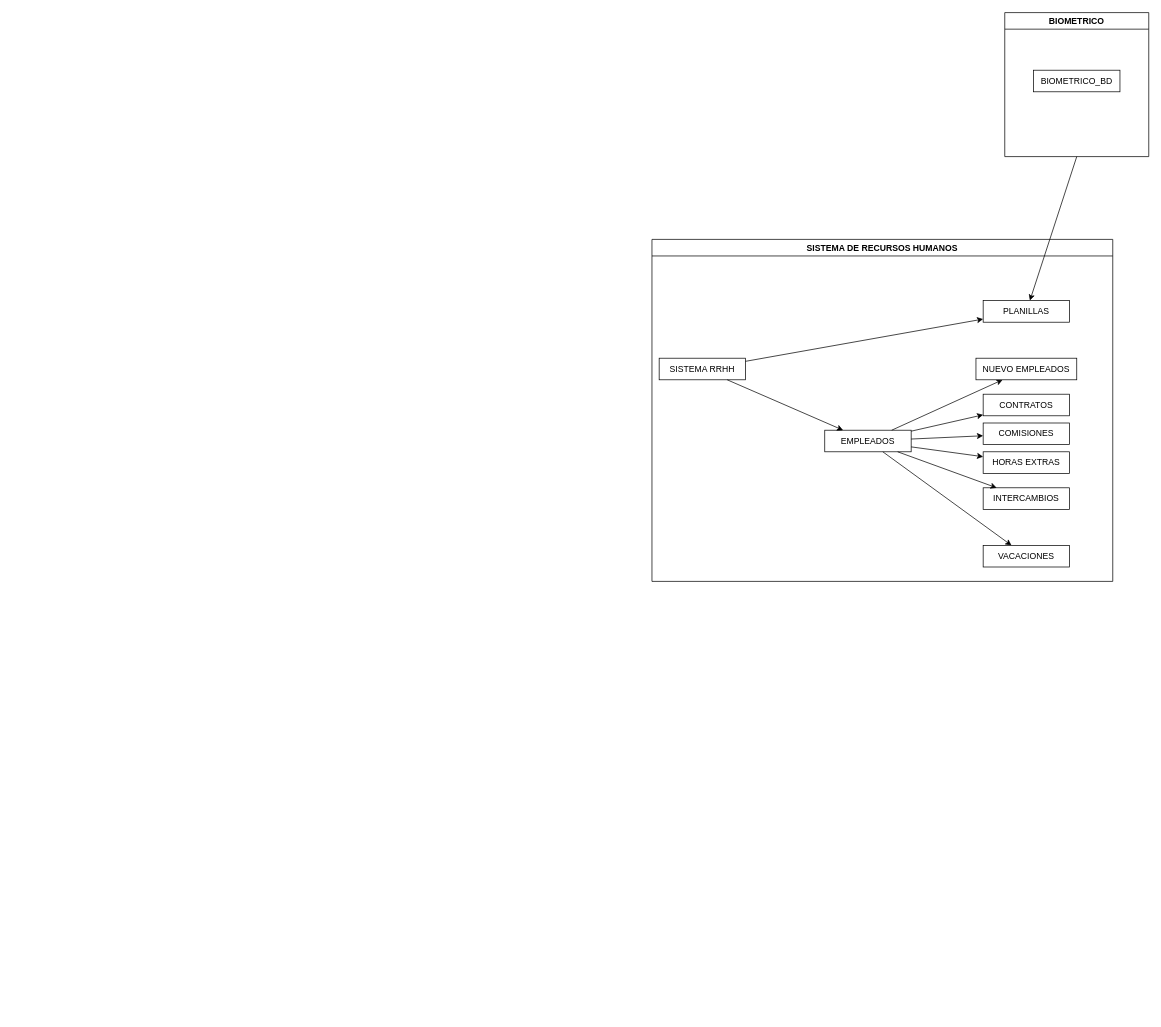
This is page "Página-4" (4 of 4) of Diagrama SRH.drawio from tomyivan/diagramas-DB, a draw.io file, before an edit. Source tidied: cells renumbered, new cells numbered last; positions are measured from the earlier drawing's top-left corner, leaving out a move shared by most shapes. Both pictures are drawn from the tidied source at 72%, with x=0, y=0 at pixel (652, 12).
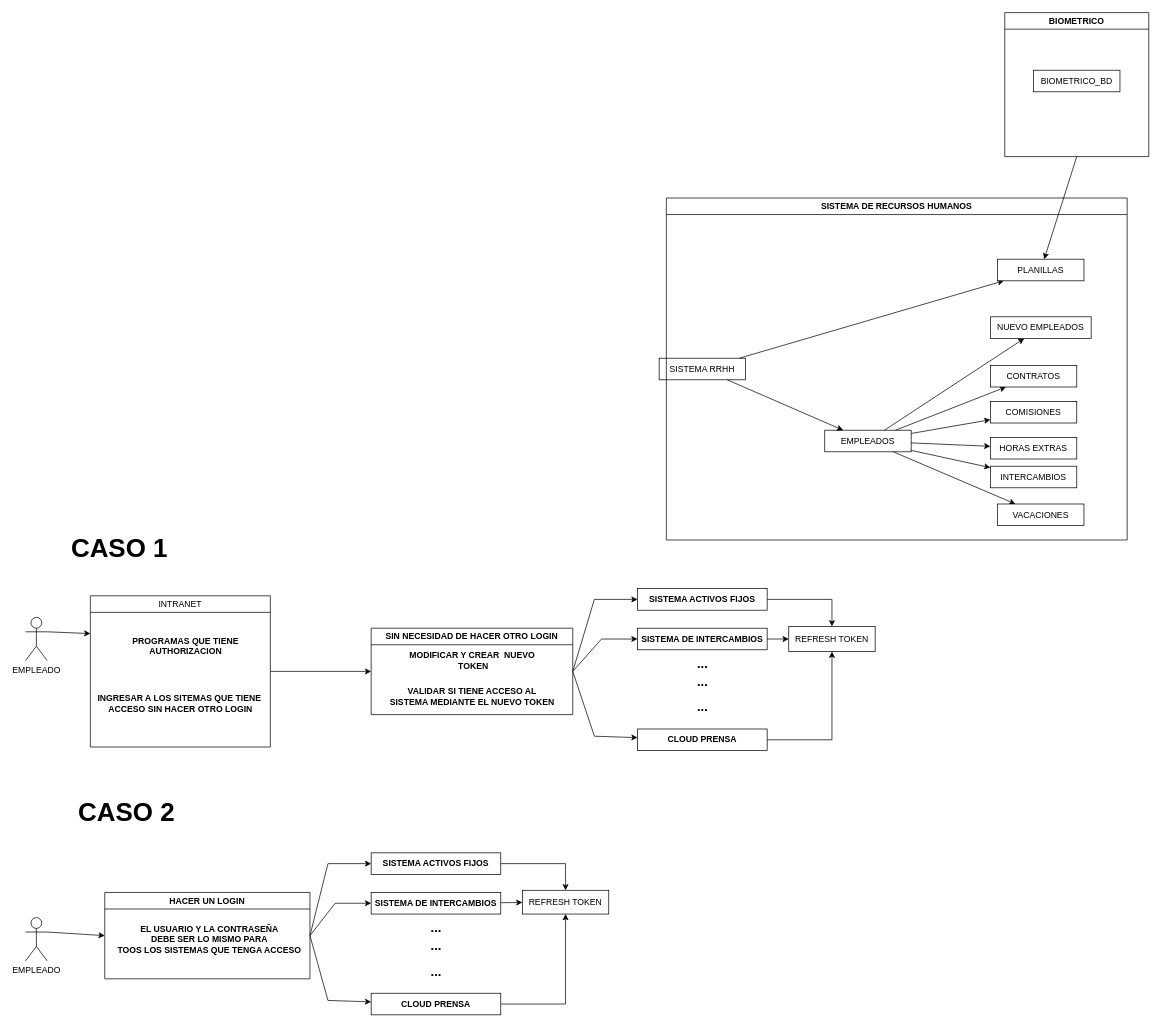
After the change.

Diff of the diagram source:
```diff
@@
-    <mxCell id="6" value="CONTRATOS" style="rounded=0;whiteSpace=wrap;html=1;" parent="1" vertex="1">
-      <mxGeometry x="460" y="530" width="120" height="30" as="geometry" />
-    </mxCell>
-    <mxCell id="7" value="HORAS EXTRAS" style="rounded=0;whiteSpace=wrap;html=1;" parent="1" vertex="1">
-      <mxGeometry x="460" y="610" width="120" height="30" as="geometry" />
-    </mxCell>
-    <mxCell id="8" value="COMISIONES" style="rounded=0;whiteSpace=wrap;html=1;" parent="1" vertex="1">
-      <mxGeometry x="460" y="570" width="120" height="30" as="geometry" />
-    </mxCell>
@@
     <mxCell id="14" value="SISTEMA DE RECURSOS HUMANOS" style="swimlane;whiteSpace=wrap;html=1;" parent="1" vertex="1">
-      <mxGeometry y="315" width="640" height="475" as="geometry" />
+      <mxGeometry x="20" y="257.5" width="640" height="475" as="geometry" />
     </mxCell>
@@
     <mxCell id="18" value="INTERCAMBIOS" style="rounded=0;whiteSpace=wrap;html=1;" parent="14" vertex="1">
-      <mxGeometry x="460" y="345" width="120" height="30" as="geometry" />
+      <mxGeometry x="450" y="372.5" width="120" height="30" as="geometry" />
     </mxCell>
+    <mxCell id="6" value="CONTRATOS" style="rounded=0;whiteSpace=wrap;html=1;" parent="14" vertex="1">
+      <mxGeometry x="450" y="232.5" width="120" height="30" as="geometry" />
+    </mxCell>
+    <mxCell id="8" value="COMISIONES" style="rounded=0;whiteSpace=wrap;html=1;" parent="14" vertex="1">
+      <mxGeometry x="450" y="282.5" width="120" height="30" as="geometry" />
+    </mxCell>
+    <mxCell id="7" value="HORAS EXTRAS" style="rounded=0;whiteSpace=wrap;html=1;" parent="14" vertex="1">
+      <mxGeometry x="450" y="332.5" width="120" height="30" as="geometry" />
+    </mxCell>
@@
+    <mxCell id="23" value="EMPLEADO&lt;div&gt;&lt;br&gt;&lt;/div&gt;" style="shape=umlActor;verticalLabelPosition=bottom;verticalAlign=top;html=1;outlineConnect=0;" parent="1" vertex="1">
+      <mxGeometry x="-870" y="840" width="30" height="60" as="geometry" />
+    </mxCell>
+    <mxCell id="24" value="&lt;span style=&quot;font-weight: normal;&quot;&gt;INTRANET&lt;/span&gt;" style="swimlane;whiteSpace=wrap;html=1;" parent="1" vertex="1">
+      <mxGeometry x="-780" y="810" width="250" height="210" as="geometry" />
+    </mxCell>
+    <mxCell id="25" value="&lt;b&gt;PROGRAMAS QUE TIENE&lt;br&gt;AUTHORIZACION&lt;/b&gt;" style="text;html=1;align=center;verticalAlign=middle;strokeColor=none;fillColor=none;" parent="24" vertex="1">
+      <mxGeometry x="47" y="50" width="170" height="40" as="geometry" />
+    </mxCell>
+    <mxCell id="26" value="&lt;b&gt;INGRESAR A LOS SITEMAS QUE TIENE&amp;nbsp;&lt;/b&gt;&lt;div&gt;&lt;b&gt;ACCESO SIN HACER OTRO LOGIN&lt;/b&gt;&lt;/div&gt;" style="text;html=1;align=center;verticalAlign=middle;strokeColor=none;fillColor=none;" parent="24" vertex="1">
+      <mxGeometry y="130" width="250" height="40" as="geometry" />
+    </mxCell>
+    <mxCell id="27" style="endArrow=classic;html=1;rounded=0;exitX=1;exitY=0.3333333333333333;exitDx=0;exitDy=0;exitPerimeter=0;entryX=0;entryY=0.25;entryDx=0;entryDy=0;" parent="1" edge="1" source="23" target="24">
+      <mxGeometry relative="1" as="geometry" />
+    </mxCell>
+    <mxCell id="28" value="&lt;b&gt;SISTEMA ACTIVOS FIJOS&lt;/b&gt;" style="rounded=0;whiteSpace=wrap;html=1;" parent="1" vertex="1">
+      <mxGeometry x="-20" y="800" width="180" height="30" as="geometry" />
+    </mxCell>
+    <mxCell id="29" style="endArrow=classic;html=1;rounded=0;exitX=1;exitY=0.5;exitDx=0;exitDy=0;" parent="1" edge="1" source="37" target="28">
+      <mxGeometry relative="1" as="geometry">
+        <Array as="points">
+          <mxPoint x="-80" y="815" />
+        </Array>
+      </mxGeometry>
+    </mxCell>
+    <mxCell id="30" value="&lt;b&gt;SISTEMA DE INTERCAMBIOS&lt;/b&gt;" style="rounded=0;whiteSpace=wrap;html=1;" parent="1" vertex="1">
+      <mxGeometry x="-20" y="855" width="180" height="30" as="geometry" />
+    </mxCell>
+    <mxCell id="31" value="&lt;b&gt;CLOUD PRENSA&lt;/b&gt;" style="rounded=0;whiteSpace=wrap;html=1;" parent="1" vertex="1">
+      <mxGeometry x="-20" y="995" width="180" height="30" as="geometry" />
+    </mxCell>
+    <mxCell id="32" value="&lt;b&gt;&lt;font style=&quot;font-size: 18px;&quot;&gt;...&lt;/font&gt;&lt;/b&gt;" style="text;html=1;align=center;verticalAlign=middle;strokeColor=none;fillColor=none;" parent="1" vertex="1">
+      <mxGeometry x="50" y="885" width="40" height="40" as="geometry" />
+    </mxCell>
+    <mxCell id="33" value="&lt;b&gt;&lt;font style=&quot;font-size: 18px;&quot;&gt;...&lt;/font&gt;&lt;/b&gt;" style="text;html=1;align=center;verticalAlign=middle;strokeColor=none;fillColor=none;" parent="1" vertex="1">
+      <mxGeometry x="50" y="945" width="40" height="40" as="geometry" />
+    </mxCell>
+    <mxCell id="34" style="endArrow=classic;html=1;rounded=0;exitX=1;exitY=0.5;exitDx=0;exitDy=0;" parent="1" edge="1" source="37" target="30">
+      <mxGeometry relative="1" as="geometry">
+        <Array as="points">
+          <mxPoint x="-70" y="870" />
+        </Array>
+      </mxGeometry>
+    </mxCell>
+    <mxCell id="35" style="endArrow=classic;html=1;rounded=0;exitX=1;exitY=0.5;exitDx=0;exitDy=0;" parent="1" edge="1" source="37" target="31">
+      <mxGeometry relative="1" as="geometry">
+        <Array as="points">
+          <mxPoint x="-80" y="1005" />
+        </Array>
+      </mxGeometry>
+    </mxCell>
+    <mxCell id="36" value="&lt;b&gt;&lt;font style=&quot;font-size: 18px;&quot;&gt;...&lt;/font&gt;&lt;/b&gt;" style="text;html=1;align=center;verticalAlign=middle;strokeColor=none;fillColor=none;" parent="1" vertex="1">
+      <mxGeometry x="50" y="910" width="40" height="40" as="geometry" />
+    </mxCell>
+    <mxCell id="37" value="SIN NECESIDAD DE HACER OTRO LOGIN" style="swimlane;whiteSpace=wrap;html=1;" parent="1" vertex="1">
+      <mxGeometry x="-390" y="855" width="280" height="120" as="geometry" />
+    </mxCell>
+    <mxCell id="38" value="&lt;b&gt;MODIFICAR Y CREAR&amp;nbsp; NUEVO&lt;/b&gt;&lt;div&gt;&lt;b&gt;&amp;nbsp;TOKEN&lt;/b&gt;&lt;/div&gt;" style="text;html=1;align=center;verticalAlign=middle;strokeColor=none;fillColor=none;" parent="37" vertex="1">
+      <mxGeometry x="40" y="25" width="200" height="40" as="geometry" />
+    </mxCell>
+    <mxCell id="39" value="&lt;b&gt;VALIDAR SI TIENE ACCESO AL &lt;br&gt;SISTEMA MEDIANTE EL NUEVO TOKEN&lt;/b&gt;" style="text;html=1;align=center;verticalAlign=middle;strokeColor=none;fillColor=none;" parent="37" vertex="1">
+      <mxGeometry x="15" y="75" width="250" height="40" as="geometry" />
+    </mxCell>
+    <mxCell id="40" style="endArrow=classic;html=1;rounded=0;exitX=1;exitY=0.5;exitDx=0;exitDy=0;entryX=0;entryY=0.5;entryDx=0;entryDy=0;" parent="1" edge="1" source="24" target="37">
+      <mxGeometry relative="1" as="geometry" />
+    </mxCell>
+    <mxCell id="41" value="REFRESH TOKEN" style="rounded=0;whiteSpace=wrap;html=1;" parent="1" vertex="1">
+      <mxGeometry x="190" y="852.5" width="120" height="35" as="geometry" />
+    </mxCell>
+    <mxCell id="42" style="endArrow=classic;html=1;rounded=0;" parent="1" edge="1" source="28" target="41">
+      <mxGeometry relative="1" as="geometry">
+        <Array as="points">
+          <mxPoint x="250" y="815" />
+        </Array>
+      </mxGeometry>
+    </mxCell>
+    <mxCell id="43" style="endArrow=classic;html=1;rounded=0;" parent="1" edge="1" source="30" target="41">
+      <mxGeometry relative="1" as="geometry" />
+    </mxCell>
+    <mxCell id="44" style="endArrow=classic;html=1;rounded=0;" parent="1" edge="1" source="31" target="41">
+      <mxGeometry relative="1" as="geometry">
+        <Array as="points">
+          <mxPoint x="250" y="1010" />
+        </Array>
+      </mxGeometry>
+    </mxCell>
+    <mxCell id="45" value="&lt;font style=&quot;font-size: 36px;&quot;&gt;&lt;b&gt;CASO 1&lt;/b&gt;&lt;/font&gt;" style="text;html=1;align=center;verticalAlign=middle;strokeColor=none;fillColor=none;" parent="1" vertex="1">
+      <mxGeometry x="-820" y="713" width="160" height="60" as="geometry" />
+    </mxCell>
+    <mxCell id="46" value="EMPLEADO&lt;div&gt;&lt;br&gt;&lt;/div&gt;" style="shape=umlActor;verticalLabelPosition=bottom;verticalAlign=top;html=1;outlineConnect=0;" parent="1" vertex="1">
+      <mxGeometry x="-870" y="1257" width="30" height="60" as="geometry" />
+    </mxCell>
+    <mxCell id="47" value="&lt;b&gt;SISTEMA ACTIVOS FIJOS&lt;/b&gt;" style="rounded=0;whiteSpace=wrap;html=1;" parent="1" vertex="1">
+      <mxGeometry x="-390" y="1167" width="180" height="30" as="geometry" />
+    </mxCell>
+    <mxCell id="48" style="endArrow=classic;html=1;rounded=0;exitX=1;exitY=0.5;exitDx=0;exitDy=0;" parent="1" edge="1" source="56" target="47">
+      <mxGeometry relative="1" as="geometry">
+        <Array as="points">
+          <mxPoint x="-450" y="1182" />
+        </Array>
+      </mxGeometry>
+    </mxCell>
+    <mxCell id="49" value="&lt;b&gt;SISTEMA DE INTERCAMBIOS&lt;/b&gt;" style="rounded=0;whiteSpace=wrap;html=1;" parent="1" vertex="1">
+      <mxGeometry x="-390" y="1222" width="180" height="30" as="geometry" />
+    </mxCell>
+    <mxCell id="50" value="&lt;b&gt;CLOUD PRENSA&lt;/b&gt;" style="rounded=0;whiteSpace=wrap;html=1;" parent="1" vertex="1">
+      <mxGeometry x="-390" y="1362" width="180" height="30" as="geometry" />
+    </mxCell>
+    <mxCell id="51" value="&lt;b&gt;&lt;font style=&quot;font-size: 18px;&quot;&gt;...&lt;/font&gt;&lt;/b&gt;" style="text;html=1;align=center;verticalAlign=middle;strokeColor=none;fillColor=none;" parent="1" vertex="1">
+      <mxGeometry x="-320" y="1252" width="40" height="40" as="geometry" />
+    </mxCell>
+    <mxCell id="52" value="&lt;b&gt;&lt;font style=&quot;font-size: 18px;&quot;&gt;...&lt;/font&gt;&lt;/b&gt;" style="text;html=1;align=center;verticalAlign=middle;strokeColor=none;fillColor=none;" parent="1" vertex="1">
+      <mxGeometry x="-320" y="1312" width="40" height="40" as="geometry" />
+    </mxCell>
+    <mxCell id="53" style="endArrow=classic;html=1;rounded=0;exitX=1;exitY=0.5;exitDx=0;exitDy=0;" parent="1" edge="1" source="56" target="49">
+      <mxGeometry relative="1" as="geometry">
+        <Array as="points">
+          <mxPoint x="-440" y="1237" />
+        </Array>
+      </mxGeometry>
+    </mxCell>
+    <mxCell id="54" style="endArrow=classic;html=1;rounded=0;exitX=1;exitY=0.5;exitDx=0;exitDy=0;" parent="1" edge="1" source="56" target="50">
+      <mxGeometry relative="1" as="geometry">
+        <Array as="points">
+          <mxPoint x="-450" y="1372" />
+        </Array>
+      </mxGeometry>
+    </mxCell>
+    <mxCell id="55" value="&lt;b&gt;&lt;font style=&quot;font-size: 18px;&quot;&gt;...&lt;/font&gt;&lt;/b&gt;" style="text;html=1;align=center;verticalAlign=middle;strokeColor=none;fillColor=none;" parent="1" vertex="1">
+      <mxGeometry x="-320" y="1277" width="40" height="40" as="geometry" />
+    </mxCell>
+    <mxCell id="56" value="HACER UN LOGIN" style="swimlane;whiteSpace=wrap;html=1;" parent="1" vertex="1">
+      <mxGeometry x="-760" y="1222" width="285" height="120" as="geometry" />
+    </mxCell>
+    <mxCell id="57" value="&lt;b&gt;EL USUARIO Y LA CONTRASEÑA &lt;br&gt;DEBE SER LO MISMO PARA &lt;br&gt;TOOS LOS SISTEMAS QUE TENGA ACCESO&lt;/b&gt;" style="text;html=1;align=center;verticalAlign=middle;strokeColor=none;fillColor=none;" parent="56" vertex="1">
+      <mxGeometry x="5" y="35" width="280" height="60" as="geometry" />
+    </mxCell>
+    <mxCell id="58" style="endArrow=classic;html=1;rounded=0;exitX=1;exitY=0.3333333333333333;exitDx=0;exitDy=0;entryX=0;entryY=0.5;entryDx=0;entryDy=0;exitPerimeter=0;" parent="1" edge="1" source="46" target="56">
+      <mxGeometry relative="1" as="geometry" />
+    </mxCell>
+    <mxCell id="59" style="endArrow=classic;html=1;rounded=0;" parent="1" edge="1" source="47" target="63">
+      <mxGeometry relative="1" as="geometry">
+        <Array as="points">
+          <mxPoint x="-120" y="1182" />
+        </Array>
+      </mxGeometry>
+    </mxCell>
+    <mxCell id="60" style="endArrow=classic;html=1;rounded=0;" parent="1" edge="1" source="49" target="63">
+      <mxGeometry relative="1" as="geometry" />
+    </mxCell>
+    <mxCell id="61" style="endArrow=classic;html=1;rounded=0;" parent="1" edge="1" source="50" target="63">
+      <mxGeometry relative="1" as="geometry">
+        <Array as="points">
+          <mxPoint x="-120" y="1377" />
+        </Array>
+      </mxGeometry>
+    </mxCell>
+    <mxCell id="62" value="&lt;font style=&quot;font-size: 36px;&quot;&gt;&lt;b&gt;CASO 2&lt;/b&gt;&lt;/font&gt;" style="text;html=1;align=center;verticalAlign=middle;strokeColor=none;fillColor=none;" parent="1" vertex="1">
+      <mxGeometry x="-810" y="1080" width="160" height="60" as="geometry" />
+    </mxCell>
+    <mxCell id="63" value="REFRESH TOKEN" style="rounded=0;whiteSpace=wrap;html=1;" parent="1" vertex="1">
+      <mxGeometry x="-180" y="1219" width="120" height="33" as="geometry" />
+    </mxCell>
```
